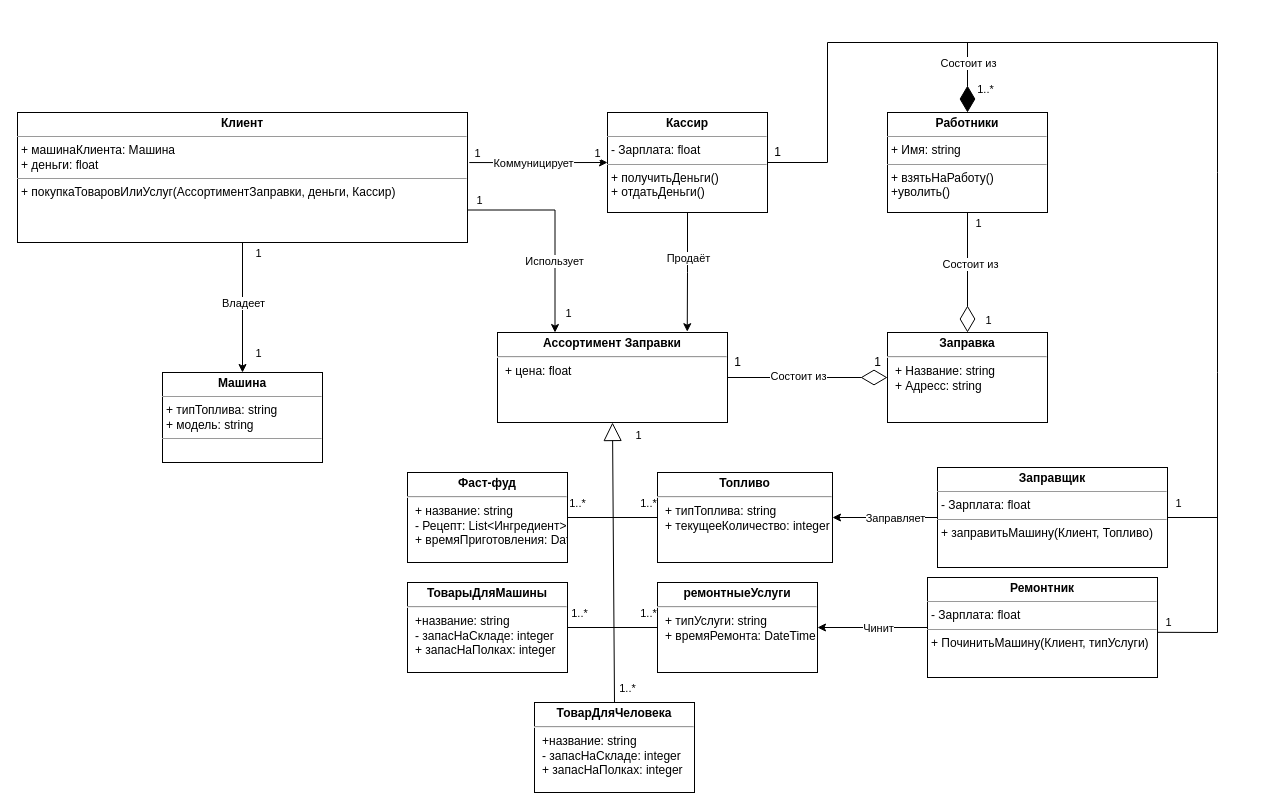
The draw.io diagram page "Пр5 Классы" (8 of 8) of IKBO-11-20_Kuzin.drawio in Rattokun/ModelRep, before the edit. Source tidied: cells renumbered, new cells numbered last; positions are measured from the earlier drawing's top-left corner, leaving out a move shared by most shapes. Both pictures are drawn from the tidied source at 100%, with x=0, y=0 at pixel (17, 42).
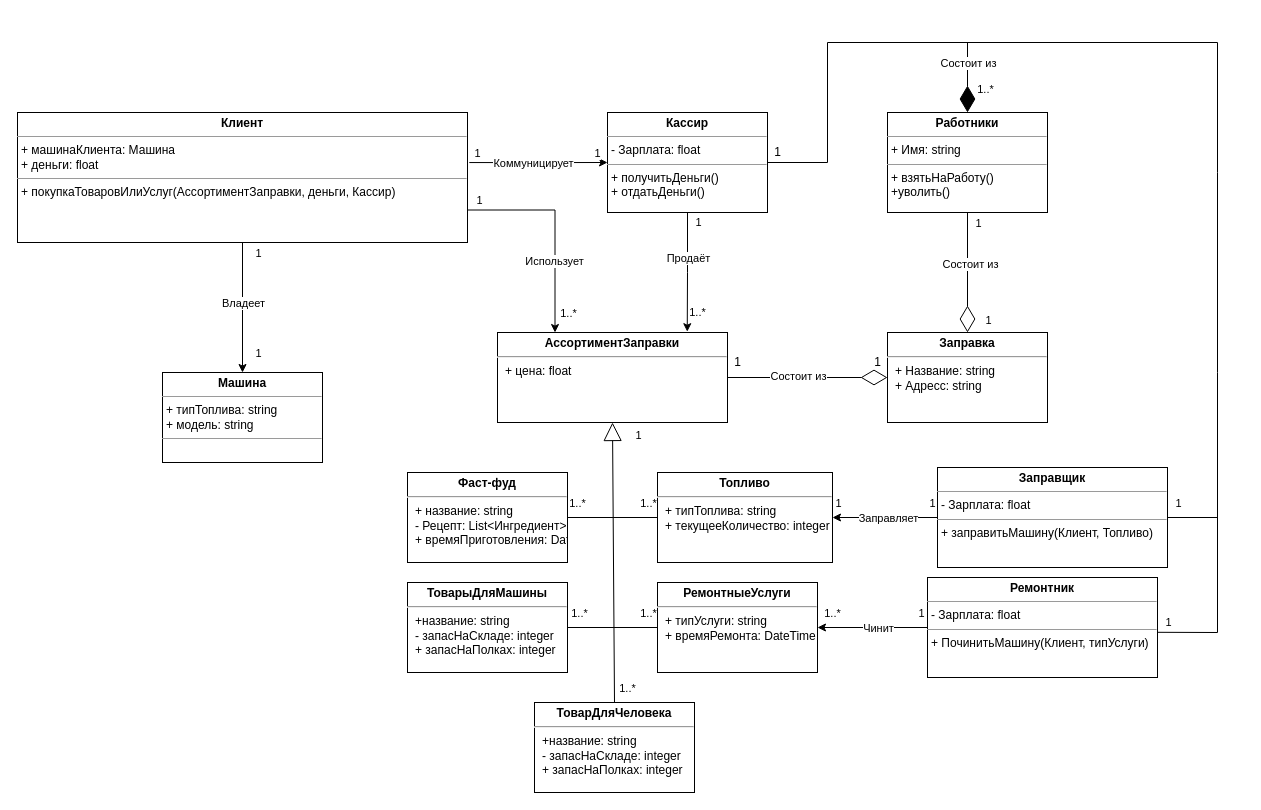
Above is the later version.

The change refers to these unchanged cells:
```xml
<mxCell id="16" style="edgeStyle=orthogonalEdgeStyle;rounded=0;jettySize=auto;html=1;exitX=1;exitY=0.75;exitDx=0;exitDy=0;entryX=0.25;entryY=0;entryDx=0;entryDy=0;" parent="1" edge="1" source="23" target="7">
  <mxGeometry relative="1" as="geometry" />
</mxCell>
<mxCell id="25" style="edgeStyle=orthogonalEdgeStyle;rounded=0;jettySize=auto;html=1;entryX=0.825;entryY=-0.009;entryDx=0;entryDy=0;entryPerimeter=0;" parent="1" edge="1" source="27" target="7">
  <mxGeometry relative="1" as="geometry" />
</mxCell>
<mxCell id="30" style="edgeStyle=orthogonalEdgeStyle;rounded=0;jettySize=auto;html=1;exitX=0;exitY=0.5;exitDx=0;exitDy=0;entryX=1;entryY=0.5;entryDx=0;entryDy=0;" parent="1" edge="1" source="32" target="2">
  <mxGeometry relative="1" as="geometry" />
</mxCell>
<mxCell id="39" style="edgeStyle=orthogonalEdgeStyle;rounded=0;jettySize=auto;html=1;exitX=0;exitY=0.5;exitDx=0;exitDy=0;entryX=1;entryY=0.5;entryDx=0;entryDy=0;" parent="1" edge="1" source="41" target="6">
  <mxGeometry relative="1" as="geometry" />
</mxCell>
```

Change to the diagram source:
```diff
@@
-    <mxCell id="6" value="&lt;p style=&quot;margin: 4px 0px 0px ; text-align: center&quot;&gt;&lt;b&gt;ремонтныеУслуги&lt;/b&gt;&lt;/p&gt;&lt;hr&gt;&lt;p style=&quot;margin: 0px ; margin-left: 8px&quot;&gt;+ типУслуги: string&lt;/p&gt;&lt;p style=&quot;margin: 0px ; margin-left: 8px&quot;&gt;+ времяРемонта: DateTime&lt;/p&gt;" style="verticalAlign=top;align=left;overflow=fill;fontSize=12;fontFamily=Helvetica;html=1;" parent="1" vertex="1">
+    <mxCell id="6" value="&lt;p style=&quot;margin: 4px 0px 0px ; text-align: center&quot;&gt;&lt;b&gt;РемонтныеУслуги&lt;/b&gt;&lt;/p&gt;&lt;hr&gt;&lt;p style=&quot;margin: 0px ; margin-left: 8px&quot;&gt;+ типУслуги: string&lt;/p&gt;&lt;p style=&quot;margin: 0px ; margin-left: 8px&quot;&gt;+ времяРемонта: DateTime&lt;/p&gt;" style="verticalAlign=top;align=left;overflow=fill;fontSize=12;fontFamily=Helvetica;html=1;" parent="1" vertex="1">
       <mxGeometry x="640" y="540" width="160" height="90" as="geometry" />
     </mxCell>
-    <mxCell id="7" value="&lt;p style=&quot;margin: 4px 0px 0px ; text-align: center&quot;&gt;&lt;b&gt;Ассортимент Заправки&lt;/b&gt;&lt;/p&gt;&lt;hr&gt;&lt;p style=&quot;margin: 0px ; margin-left: 8px&quot;&gt;&lt;span&gt;+ цена: float&lt;/span&gt;&lt;span&gt;&amp;nbsp;&lt;/span&gt;&lt;br&gt;&lt;/p&gt;" style="verticalAlign=top;align=left;overflow=fill;fontSize=12;fontFamily=Helvetica;html=1;" parent="1" vertex="1">
+    <mxCell id="7" value="&lt;p style=&quot;margin: 4px 0px 0px ; text-align: center&quot;&gt;&lt;b&gt;АссортиментЗаправки&lt;/b&gt;&lt;/p&gt;&lt;hr&gt;&lt;p style=&quot;margin: 0px ; margin-left: 8px&quot;&gt;&lt;span&gt;+ цена: float&lt;/span&gt;&lt;span&gt;&amp;nbsp;&lt;/span&gt;&lt;br&gt;&lt;/p&gt;" style="verticalAlign=top;align=left;overflow=fill;fontSize=12;fontFamily=Helvetica;html=1;" parent="1" vertex="1">
       <mxGeometry x="480" y="290" width="230" height="90" as="geometry" />
     </mxCell>
@@
-    <mxCell id="18" value="1" style="edgeLabel;html=1;align=center;verticalAlign=middle;" parent="16" vertex="1">
+    <mxCell id="18" value="1..*" style="edgeLabel;html=1;align=center;verticalAlign=middle;" parent="16" vertex="1">
       <mxGeometry x="0.92" relative="1" as="geometry">
         <mxPoint x="13" y="-12" as="offset" />
       </mxGeometry>
     </mxCell>
@@
+    <mxCell id="65" value="1" style="edgeLabel;html=1;align=center;verticalAlign=middle;" parent="25" vertex="1">
+      <mxGeometry x="-0.85" y="2" relative="1" as="geometry">
+        <mxPoint x="8" as="offset" />
+      </mxGeometry>
+    </mxCell>
+    <mxCell id="66" value="1..*" style="edgeLabel;html=1;align=center;verticalAlign=middle;" parent="25" vertex="1">
+      <mxGeometry x="0.8" y="1" relative="1" as="geometry">
+        <mxPoint x="9" y="-7" as="offset" />
+      </mxGeometry>
+    </mxCell>
@@
     <mxCell id="31" value="Заправляет" style="edgeLabel;html=1;align=center;verticalAlign=middle;" parent="30" vertex="1">
-      <mxGeometry x="-0.18" relative="1" as="geometry" />
+      <mxGeometry x="-0.18" relative="1" as="geometry">
+        <mxPoint x="-7" as="offset" />
+      </mxGeometry>
     </mxCell>
+    <mxCell id="67" value="1" style="edgeLabel;html=1;align=center;verticalAlign=middle;" parent="30" vertex="1">
+      <mxGeometry x="-0.88" y="-1" relative="1" as="geometry">
+        <mxPoint y="-14" as="offset" />
+      </mxGeometry>
+    </mxCell>
+    <mxCell id="68" value="1" style="edgeLabel;html=1;align=center;verticalAlign=middle;" parent="30" vertex="1">
+      <mxGeometry x="0.74" y="1" relative="1" as="geometry">
+        <mxPoint x="-9" y="-16" as="offset" />
+      </mxGeometry>
+    </mxCell>
@@
+    <mxCell id="69" value="1" style="edgeLabel;html=1;align=center;verticalAlign=middle;" parent="39" vertex="1">
+      <mxGeometry x="-0.88" y="-2" relative="1" as="geometry">
+        <mxPoint y="-13" as="offset" />
+      </mxGeometry>
+    </mxCell>
+    <mxCell id="70" value="1..*" style="edgeLabel;html=1;align=center;verticalAlign=middle;" parent="39" vertex="1">
+      <mxGeometry x="0.75" relative="1" as="geometry">
+        <mxPoint y="-15" as="offset" />
+      </mxGeometry>
+    </mxCell>
```
